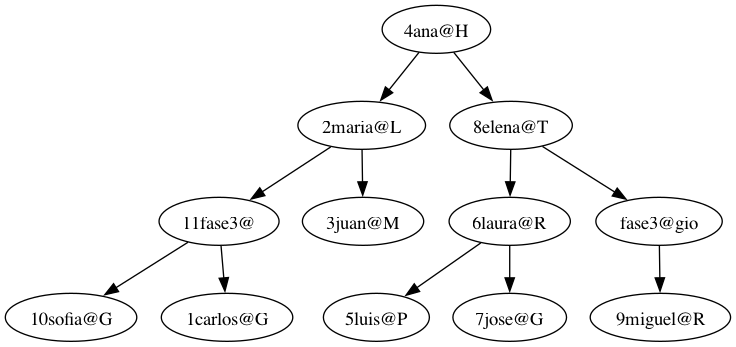
Above: fase3/usuarios/reportes/AVL.png in Ggi0/-EDD-Proyecto_202100229 (Graphviz), before the change. Its source is kept beside it as fase3/usuarios/reportes/AVL.dot. The source it was exported from:
```dot
digraph G {
Nodo0x7f80ad2a75c0[label = "4ana@H"]
Nodo0x7f80ad2a75c0->Nodo0x7f80ad2a0180
Nodo0x7f80ad2a75c0->Nodo0x7f80ad297ed0
Nodo0x7f80ad2a0180[label = "2maria@L"]
Nodo0x7f80ad2a0180->Nodo0x7f80ad29fe90
Nodo0x7f80ad2a0180->Nodo0x7f80ad21c920
Nodo0x7f80ad29fe90[label = "11fase3@"]
Nodo0x7f80ad29fe90->Nodo0x7f80ad2ab540
Nodo0x7f80ad29fe90->Nodo0x7f80a75fd300
Nodo0x7f80ad2ab540[label = "10sofia@G"]
Nodo0x7f80a75fd300[label = "1carlos@G"]
Nodo0x7f80ad21c920[label = "3juan@M"]
Nodo0x7f80ad297ed0[label = "8elena@T"]
Nodo0x7f80ad297ed0->Nodo0x7f80ad2ab210
Nodo0x7f80ad297ed0->Nodo0x7f80a755a1e0
Nodo0x7f80ad2ab210[label = "6laura@R"]
Nodo0x7f80ad2ab210->Nodo0x7f80ad2a0480
Nodo0x7f80ad2ab210->Nodo0x7f80a75090c0
Nodo0x7f80ad2a0480[label = "5luis@P"]
Nodo0x7f80a75090c0[label = "7jose@G"]
Nodo0x7f80a755a1e0[label = "fase3@gio"]
Nodo0x7f80a755a1e0->Nodo0x7f80ad23bd10
Nodo0x7f80ad23bd10[label = "9miguel@R"]
}
```
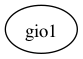
Above is the later version.

The edit, as a diff of the source:
```diff
@@ -1,25 +1,3 @@
 digraph G {
-Nodo0x7f80ad2a75c0[label = "4ana@H"]
-Nodo0x7f80ad2a75c0->Nodo0x7f80ad2a0180
-Nodo0x7f80ad2a75c0->Nodo0x7f80ad297ed0
-Nodo0x7f80ad2a0180[label = "2maria@L"]
-Nodo0x7f80ad2a0180->Nodo0x7f80ad29fe90
-Nodo0x7f80ad2a0180->Nodo0x7f80ad21c920
-Nodo0x7f80ad29fe90[label = "11fase3@"]
-Nodo0x7f80ad29fe90->Nodo0x7f80ad2ab540
-Nodo0x7f80ad29fe90->Nodo0x7f80a75fd300
-Nodo0x7f80ad2ab540[label = "10sofia@G"]
-Nodo0x7f80a75fd300[label = "1carlos@G"]
-Nodo0x7f80ad21c920[label = "3juan@M"]
-Nodo0x7f80ad297ed0[label = "8elena@T"]
-Nodo0x7f80ad297ed0->Nodo0x7f80ad2ab210
-Nodo0x7f80ad297ed0->Nodo0x7f80a755a1e0
-Nodo0x7f80ad2ab210[label = "6laura@R"]
-Nodo0x7f80ad2ab210->Nodo0x7f80ad2a0480
-Nodo0x7f80ad2ab210->Nodo0x7f80a75090c0
-Nodo0x7f80ad2a0480[label = "5luis@P"]
-Nodo0x7f80a75090c0[label = "7jose@G"]
-Nodo0x7f80a755a1e0[label = "fase3@gio"]
-Nodo0x7f80a755a1e0->Nodo0x7f80ad23bd10
-Nodo0x7f80ad23bd10[label = "9miguel@R"]
+Nodo0x7fc416f060f0[label = "gio1"]
 }
```
